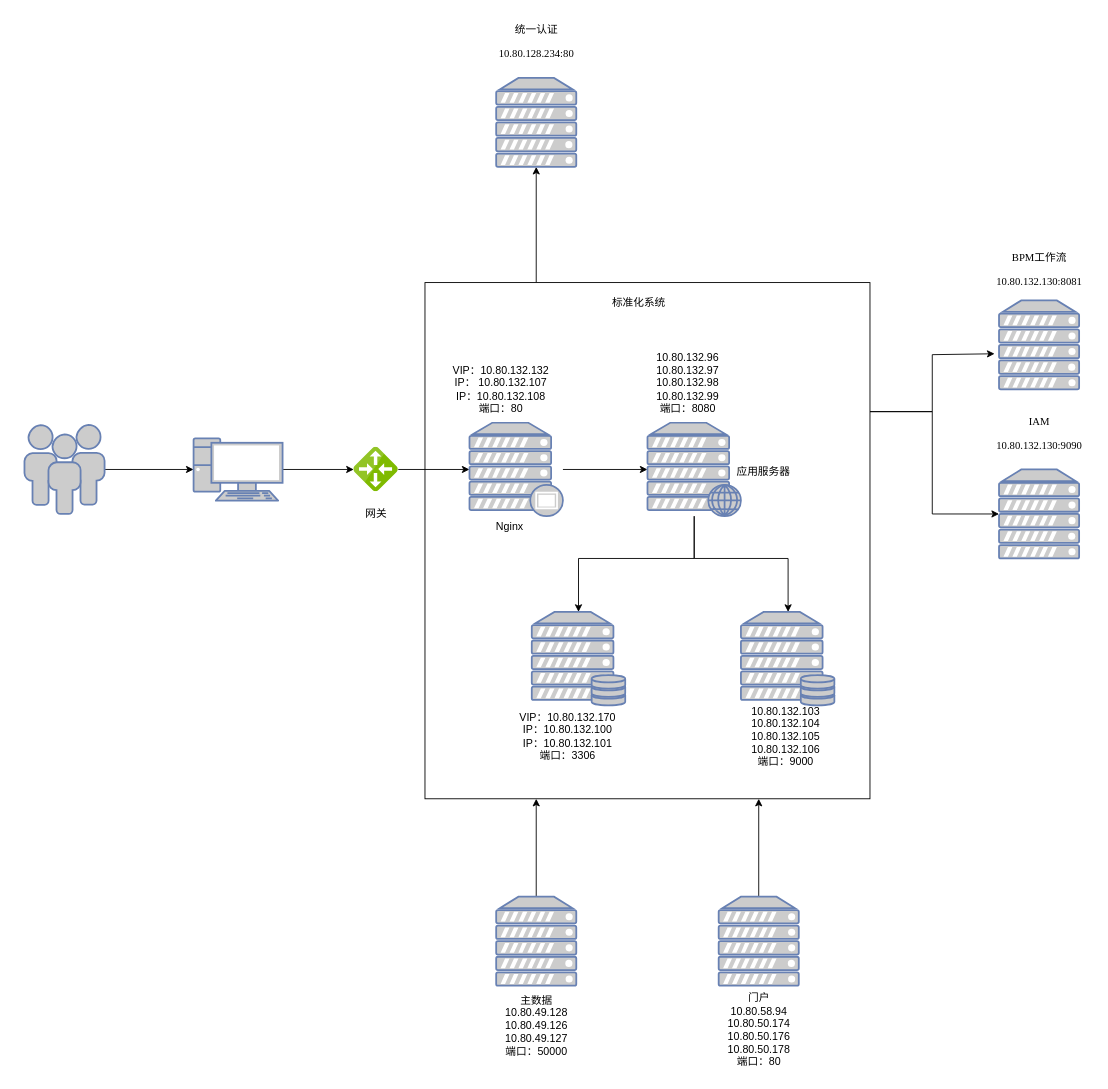
Earlier version of the draw.io diagram 未命名绘图.drawio (CivilizationV/miscellaneous). Source tidied: cells renumbered, new cells numbered last; positions are measured from the earlier drawing's top-left corner, leaving out a move shared by most shapes. Both pictures are drawn from the tidied source at 89%, with x=0, y=0 at pixel (24, 15).
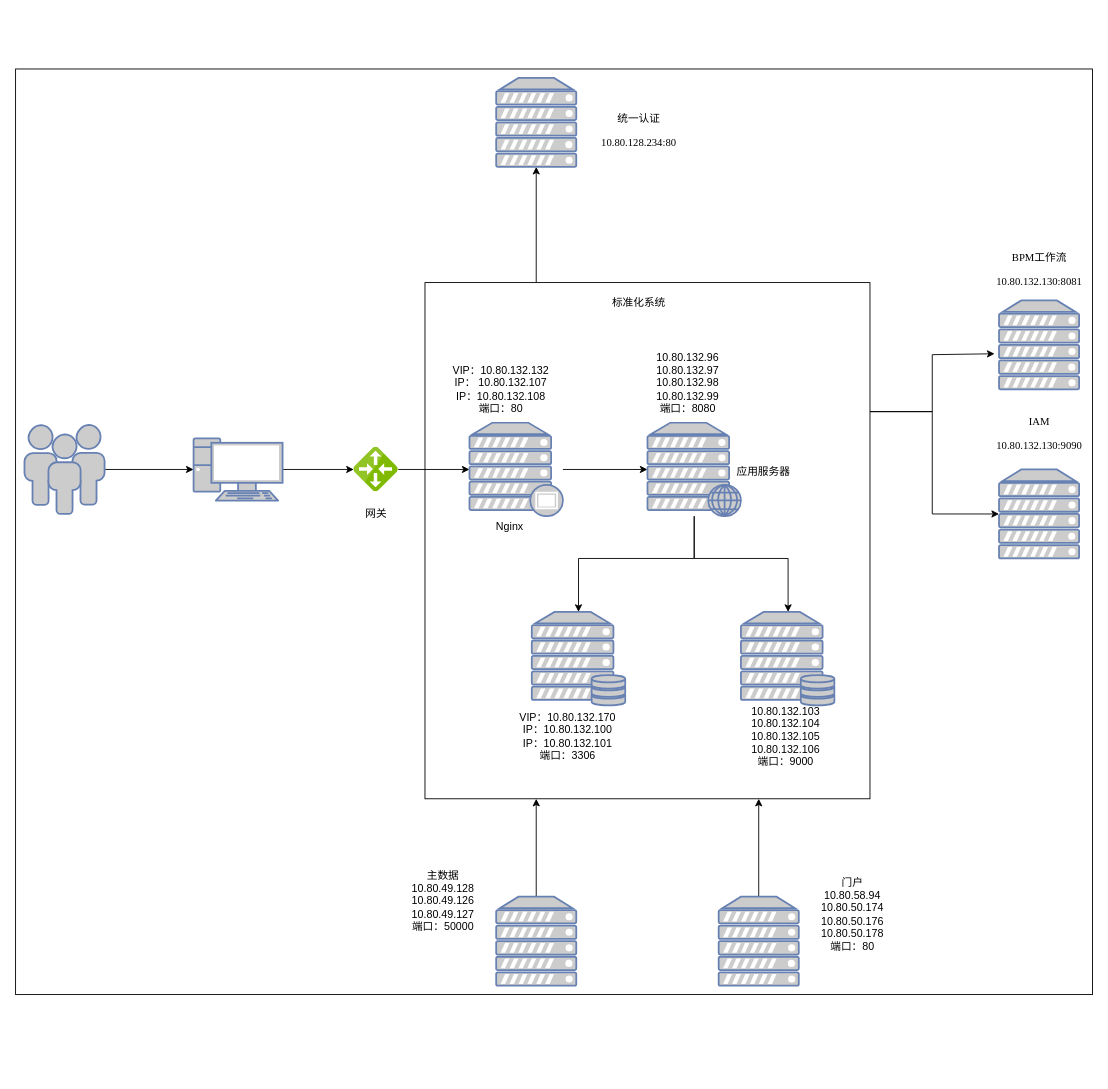
The same page after the edit.

Commit message:
更新未命名绘图.drawio

Diff of the diagram source:
```diff
@@
+    <mxCell id="39" style="rounded=0;whiteSpace=wrap;html=1;" parent="1" vertex="1">
+      <mxGeometry x="-10" y="60" width="1210" height="1040" as="geometry" />
+    </mxCell>
@@
     <mxCell id="28" value="&lt;font face=&quot;Times New Roman&quot;&gt;统一认证&lt;br&gt;&lt;/font&gt;&lt;p class=&quot;MsoNormal&quot;&gt;&lt;font face=&quot;Times New Roman&quot;&gt;10.80.128.234:80&lt;/font&gt;&lt;/p&gt;" style="text;html=1;align=center;verticalAlign=middle;strokeColor=none;fillColor=none;" parent="1" vertex="1">
-      <mxGeometry x="520" width="110" height="70" as="geometry" />
+      <mxGeometry x="635" y="100" width="110" height="70" as="geometry" />
     </mxCell>
@@
     <mxCell id="35" value="&lt;div&gt;&lt;div&gt;&lt;div&gt;&lt;font face=&quot;宋体&quot;&gt;主数据&lt;/font&gt;&lt;/div&gt;&lt;div&gt;&lt;font face=&quot;宋体&quot;&gt;10.80.49.128&lt;/font&gt;&lt;/div&gt;&lt;div&gt;&lt;font face=&quot;宋体&quot;&gt;10.80.49.126&lt;/font&gt;&lt;/div&gt;&lt;div&gt;&lt;font face=&quot;宋体&quot;&gt;10.80.49.127&lt;/font&gt;&lt;/div&gt;&lt;/div&gt;&lt;/div&gt;&lt;div&gt;&lt;font face=&quot;宋体&quot;&gt;端口：50000&lt;/font&gt;&lt;/div&gt;" style="text;html=1;align=center;verticalAlign=middle;strokeColor=none;fillColor=none;" parent="1" vertex="1">
-      <mxGeometry x="525" y="1090" width="100" height="90" as="geometry" />
+      <mxGeometry x="420" y="950" width="100" height="90" as="geometry" />
     </mxCell>
@@
     <mxCell id="38" value="&lt;div&gt;&lt;div&gt;&lt;font face=&quot;宋体&quot;&gt;门户&lt;/font&gt;&lt;/div&gt;&lt;div&gt;&lt;font face=&quot;宋体&quot;&gt;10.80.58.94&lt;/font&gt;&lt;/div&gt;&lt;div&gt;&lt;font face=&quot;宋体&quot;&gt;10.80.50.174&lt;/font&gt;&lt;/div&gt;&lt;div&gt;&lt;font face=&quot;宋体&quot;&gt;10.80.50.176&lt;/font&gt;&lt;/div&gt;&lt;div&gt;&lt;font face=&quot;宋体&quot;&gt;10.80.50.178&lt;/font&gt;&lt;/div&gt;&lt;/div&gt;&lt;div&gt;&lt;font face=&quot;宋体&quot;&gt;端口：80&lt;/font&gt;&lt;/div&gt;" style="text;html=1;align=center;verticalAlign=middle;strokeColor=none;fillColor=none;" parent="1" vertex="1">
-      <mxGeometry x="775" y="1090" width="100" height="100" as="geometry" />
+      <mxGeometry x="880" y="960" width="100" height="100" as="geometry" />
     </mxCell>
```
